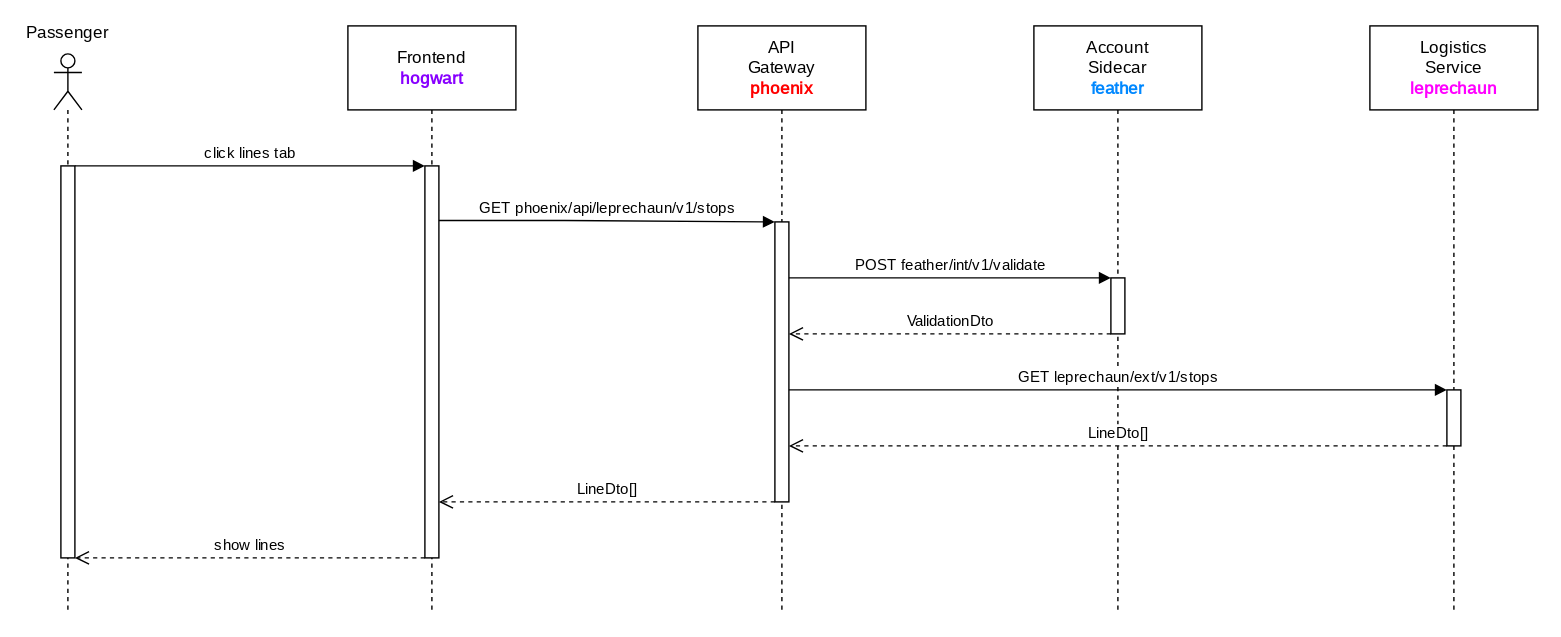
Above: documentation/course/e2/images/sequence-diagram-leprechaun-get-lines.drawio.svg in PWR-ACS-SE-24/SoftwareSystemDesign (draw.io), before the change. Source tidied: cells renumbered, new cells last; positions are measured from the earlier drawing's top-left corner, leaving out a move shared by most shapes.
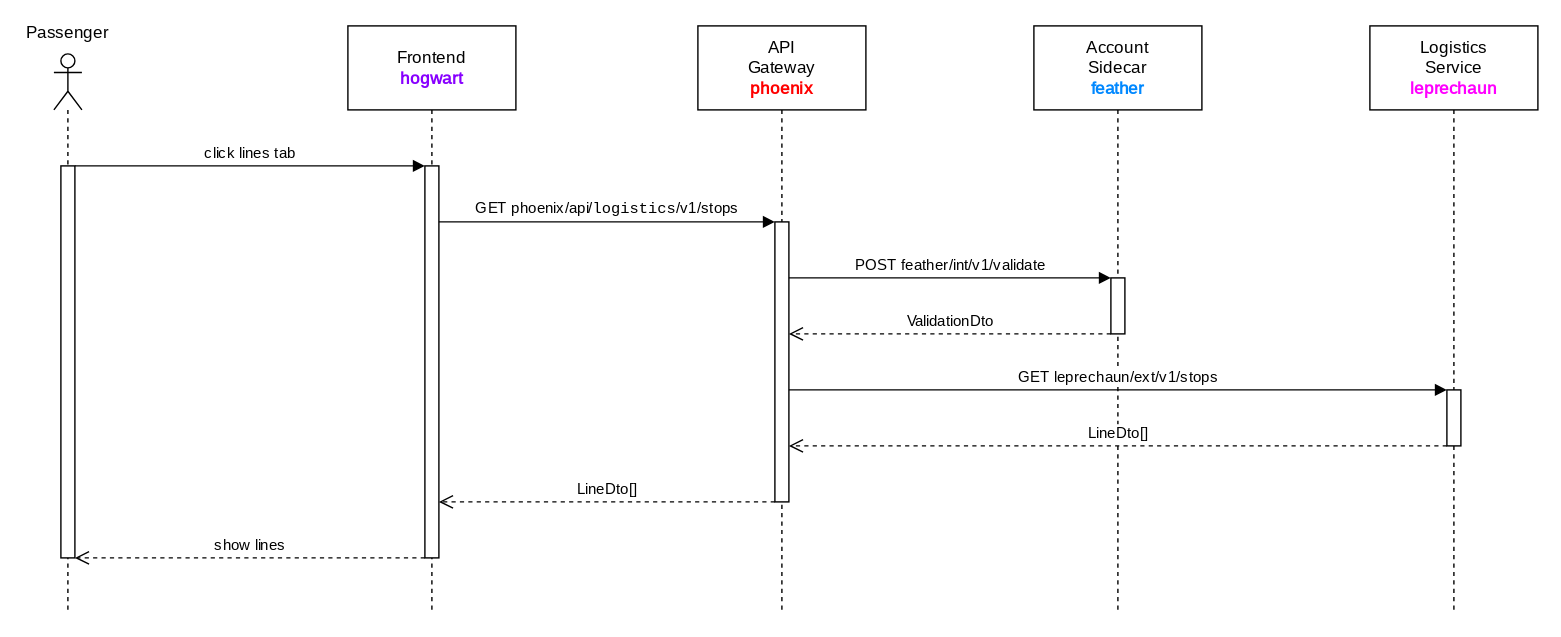
After the change.

The edit, as a diff of the source:
```diff
@@ -34,10 +34,10 @@
         </Array>
       </mxGeometry>
     </mxCell>
-    <mxCell id="11" value="&lt;font style=&quot;font-size: 11px;&quot;&gt;GET phoenix/api/leprechaun/v1/stops&lt;/font&gt;" style="html=1;verticalAlign=bottom;endArrow=block;curved=0;rounded=0;fontFamily=JetBrains Mono;fontSource=https%3A%2F%2Ffonts.googleapis.com%2Fcss%3Ffamily%3DJetBrains%2BMono;" parent="1" edge="1" source="7" target="3">
+    <mxCell id="11" value="&lt;font style=&quot;font-size: 11px;&quot;&gt;GET phoenix/api/&lt;/font&gt;&lt;code class=&quot;notranslate&quot;&gt;logistics&lt;/code&gt;&lt;font style=&quot;font-size: 11px;&quot;&gt;/v1/stops&lt;/font&gt;" style="html=1;verticalAlign=bottom;endArrow=block;curved=0;rounded=0;fontFamily=JetBrains Mono;fontSource=https%3A%2F%2Ffonts.googleapis.com%2Fcss%3Ffamily%3DJetBrains%2BMono;" parent="1" edge="1" source="7" target="3">
       <mxGeometry relative="1" as="geometry">
         <Array as="points">
-          <mxPoint x="365" y="139" />
+          <mxPoint x="390" y="140" />
         </Array>
       </mxGeometry>
     </mxCell>
```
